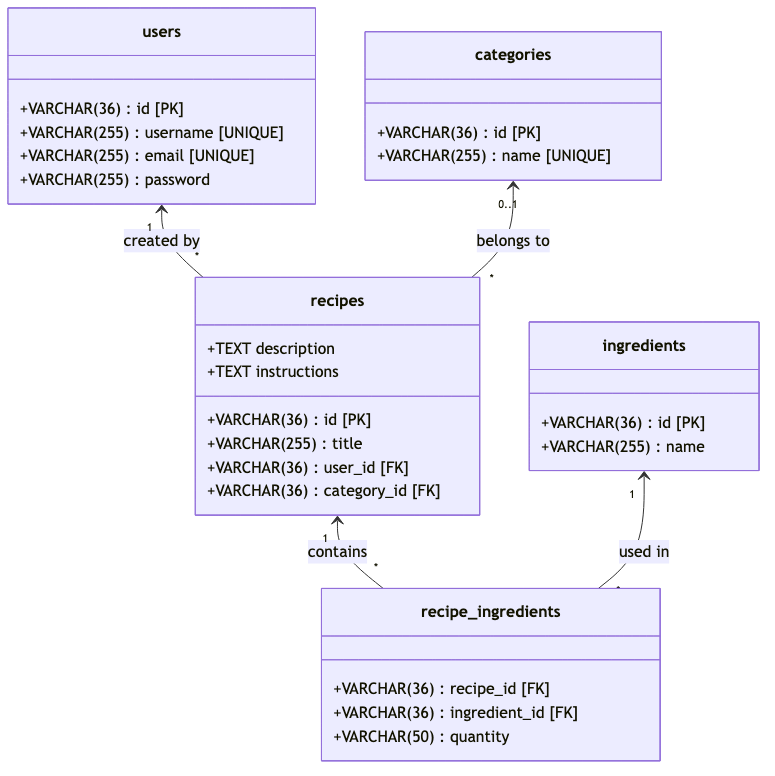
tsviz/share-my-recipe keeps this Mermaid diagram as docs/classDiagram.png. Above is the earlier version. Its source is kept beside it as classDiagram.mmd. Its diagram source:
```mermaid
classDiagram
    class users {
        +VARCHAR(36) id [PK]
        +VARCHAR(255) username [UNIQUE]
        +VARCHAR(255) email [UNIQUE]
        +VARCHAR(255) password
    }

    class recipes {
        +VARCHAR(36) id [PK]
        +VARCHAR(255) title
        +TEXT description
        +VARCHAR(36) user_id [FK]
        +VARCHAR(36) category_id [FK]
        +TEXT instructions
    }

    class ingredients {
        +VARCHAR(36) id [PK]
        +VARCHAR(255) name
    }

    class recipe_ingredients {
        +VARCHAR(36) recipe_id [FK]
        +VARCHAR(36) ingredient_id [FK]
        +VARCHAR(50) quantity
    }

    class categories {
        +VARCHAR(36) id [PK]
        +VARCHAR(255) name [UNIQUE]
    }

    users "1" <-- "*" recipes : created by
    categories "0..1" <-- "*" recipes : belongs to
    recipes "1" <-- "*" recipe_ingredients : contains
    ingredients "1" <-- "*" recipe_ingredients : used in
```
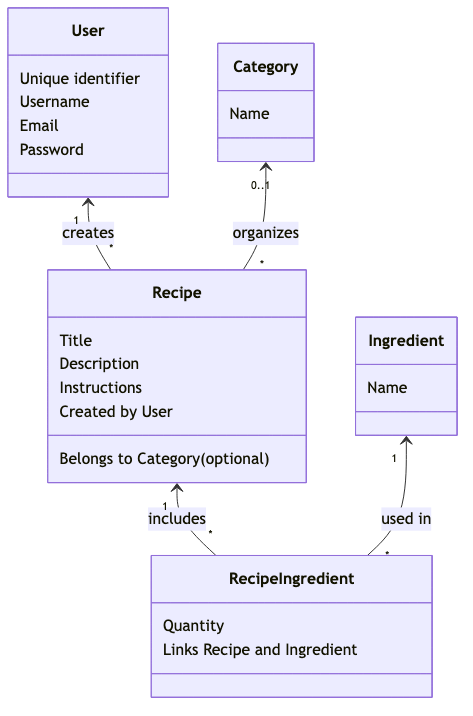
The same diagram one commit later.

Commit message:
Enhance recipe search results display by adding ingredient details and improving database query logic

Change to the diagram source:
```diff
@@ -1,37 +1,33 @@
 classDiagram
-    class users {
-        +VARCHAR(36) id [PK]
-        +VARCHAR(255) username [UNIQUE]
-        +VARCHAR(255) email [UNIQUE]
-        +VARCHAR(255) password
+    class User {
+        Unique identifier
+        Username
+        Email
+        Password
     }
 
-    class recipes {
-        +VARCHAR(36) id [PK]
-        +VARCHAR(255) title
-        +TEXT description
-        +VARCHAR(36) user_id [FK]
-        +VARCHAR(36) category_id [FK]
-        +TEXT instructions
+    class Recipe {
+        Title
+        Description
+        Instructions
+        Created by User
+        Belongs to Category (optional)
     }
 
-    class ingredients {
-        +VARCHAR(36) id [PK]
-        +VARCHAR(255) name
+    class Ingredient {
+        Name
     }
 
-    class recipe_ingredients {
-        +VARCHAR(36) recipe_id [FK]
-        +VARCHAR(36) ingredient_id [FK]
-        +VARCHAR(50) quantity
+    class RecipeIngredient {
+        Quantity
+        Links Recipe and Ingredient
     }
 
-    class categories {
-        +VARCHAR(36) id [PK]
-        +VARCHAR(255) name [UNIQUE]
+    class Category {
+        Name
     }
 
-    users "1" <-- "*" recipes : created by
-    categories "0..1" <-- "*" recipes : belongs to
-    recipes "1" <-- "*" recipe_ingredients : contains
-    ingredients "1" <-- "*" recipe_ingredients : used in
+    User "1" <-- "*" Recipe : creates
+    Category "0..1" <-- "*" Recipe : organizes
+    Recipe "1" <-- "*" RecipeIngredient : includes
+    Ingredient "1" <-- "*" RecipeIngredient : used in
```
